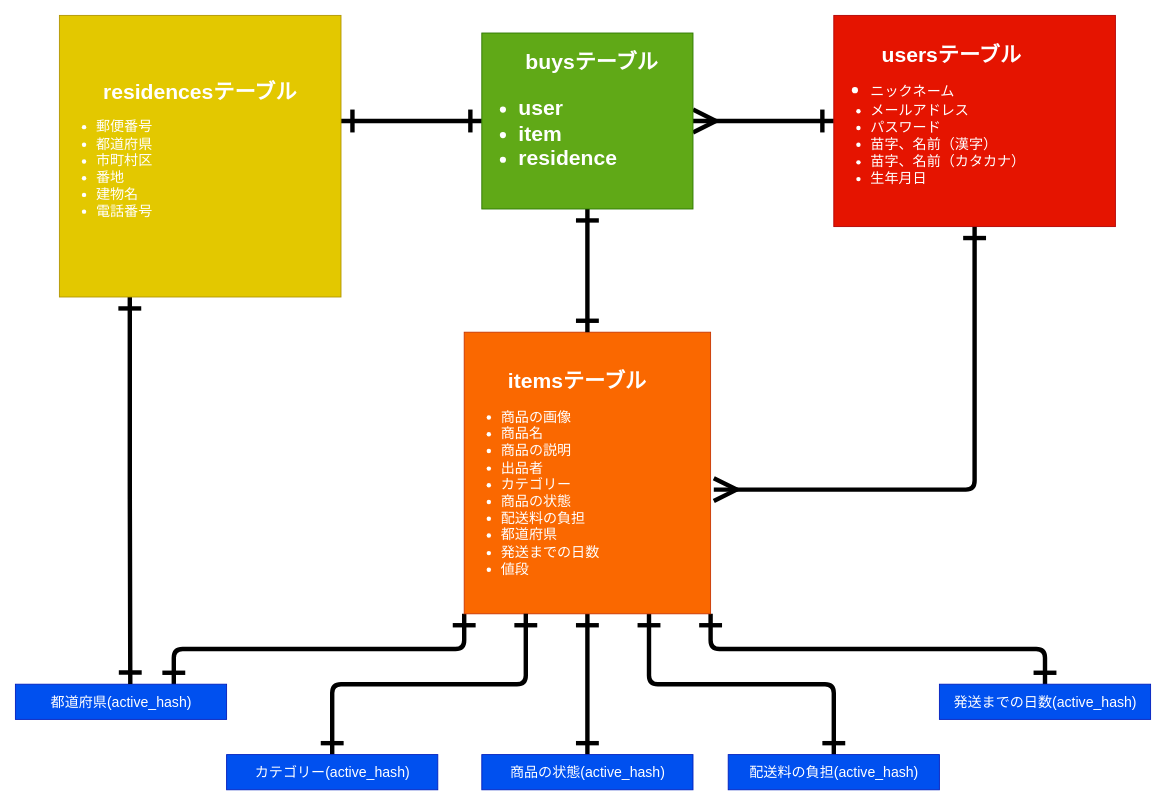
The draw.io diagram er.dio in kuwatoro/furima--28654-, before the edit. Source tidied: cells renumbered, new cells numbered last; positions are measured from the earlier drawing's top-left corner, leaving out a move shared by most shapes. Both pictures are drawn from the tidied source at 88%, with x=0, y=0 at pixel (15, 15).
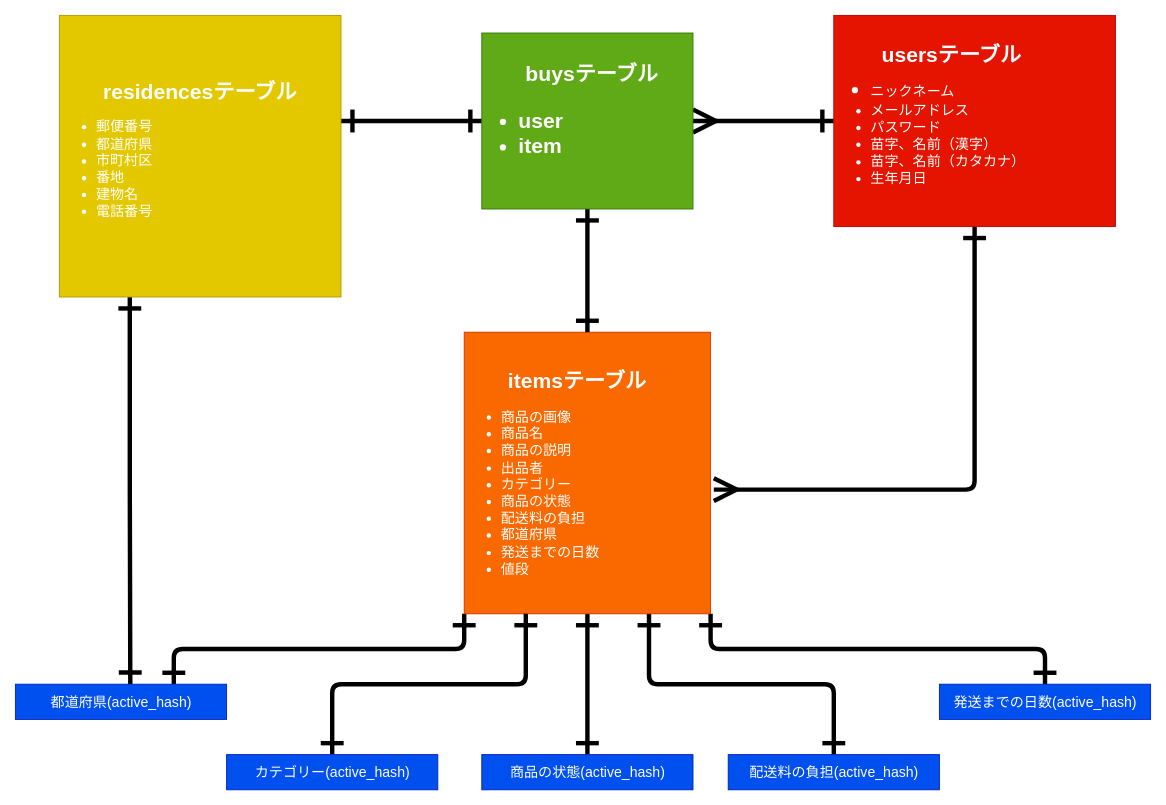
Above is the later version.

Commit message (it also covers changes not shown here):
データベース設計の修正⑦

What changed in the source:
```diff
@@
-    <mxCell id="19" value="&lt;div style=&quot;text-align: center&quot;&gt;&lt;span&gt;　　buysテーブル&lt;/span&gt;&lt;/div&gt;&lt;ul&gt;&lt;li&gt;&lt;font style=&quot;font-size: 24px&quot;&gt;user&lt;/font&gt;&lt;/li&gt;&lt;li&gt;&lt;font style=&quot;font-size: 24px&quot;&gt;item&lt;/font&gt;&lt;/li&gt;&lt;li&gt;&lt;span&gt;residence&lt;/span&gt;&lt;/li&gt;&lt;/ul&gt;" style="text;strokeColor=#2D7600;fillColor=#60a917;html=1;fontSize=24;fontStyle=1;verticalAlign=middle;align=left;rounded=0;sketch=0;fontColor=#ffffff;" parent="1" vertex="1">
+    <mxCell id="19" value="&lt;div style=&quot;text-align: center&quot;&gt;&lt;span&gt;　　buysテーブル&lt;/span&gt;&lt;/div&gt;&lt;ul&gt;&lt;li&gt;&lt;font style=&quot;font-size: 24px&quot;&gt;user&lt;/font&gt;&lt;/li&gt;&lt;li&gt;&lt;font style=&quot;font-size: 24px&quot;&gt;item&lt;/font&gt;&lt;/li&gt;&lt;/ul&gt;" style="text;strokeColor=#2D7600;fillColor=#60a917;html=1;fontSize=24;fontStyle=1;verticalAlign=middle;align=left;rounded=0;sketch=0;fontColor=#ffffff;" parent="1" vertex="1">
       <mxGeometry x="530" y="20" width="240" height="200" as="geometry" />
     </mxCell>
```
